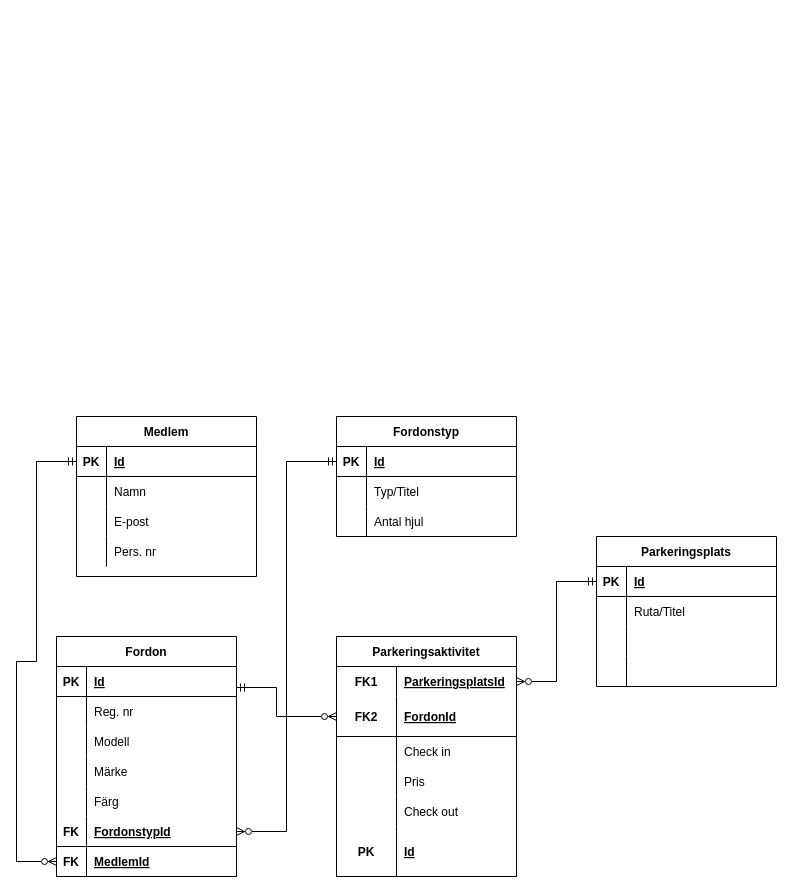
This is page "Page-4" (4 of 4) of Garage3.0-Entities-Diagram.drawio from filipjohnsson1989/Garage3.0, a draw.io file, before an edit. Source tidied: cells renumbered, new cells numbered last; positions are measured from the earlier drawing's top-left corner, leaving out a move shared by most shapes. Both pictures are drawn from the tidied source at 100%, with x=0, y=0 at pixel (16, 416).
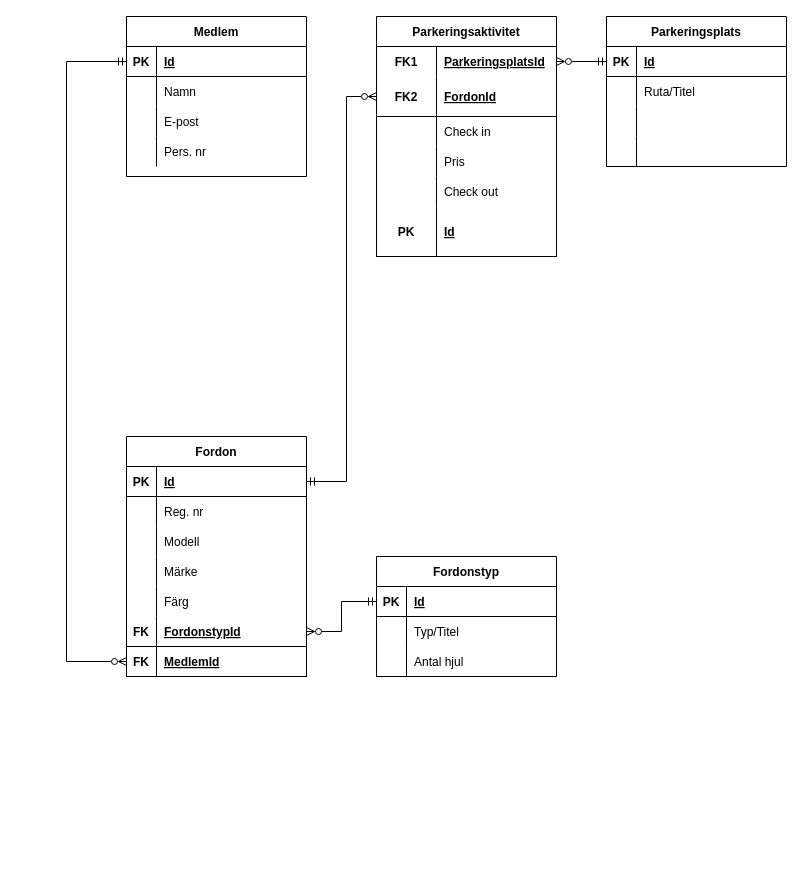
The same diagram, later.

Commit message:
Flyttat så inte pilarna korsas

Unchanged cells that the change refers to:
```xml
<mxCell id="3" style="shape=tableRow;horizontal=0;startSize=0;swimlaneHead=0;swimlaneBody=0;fillColor=none;points=[[0,0.5],[1,0.5]];portConstraint=eastwest;top=0;left=0;right=0;bottom=1;" parent="2" vertex="1">
  <mxGeometry y="30" width="180" height="30" as="geometry" />
</mxCell>
<mxCell id="39" style="shape=tableRow;horizontal=0;startSize=0;swimlaneHead=0;swimlaneBody=0;fillColor=none;points=[[0,0.5],[1,0.5]];portConstraint=eastwest;top=0;left=0;right=0;bottom=1;" parent="38" vertex="1">
  <mxGeometry y="30" width="180" height="30" as="geometry" />
</mxCell>
<mxCell id="57" style="shape=tableRow;horizontal=0;startSize=0;swimlaneHead=0;swimlaneBody=0;fillColor=none;points=[[0,0.5],[1,0.5]];portConstraint=eastwest;top=0;left=0;right=0;bottom=1;" parent="38" vertex="1">
  <mxGeometry y="210" width="180" height="30" as="geometry" />
</mxCell>
<mxCell id="69" style="shape=tableRow;horizontal=0;startSize=0;swimlaneHead=0;swimlaneBody=0;fillColor=none;points=[[0,0.5],[1,0.5]];portConstraint=eastwest;top=0;left=0;right=0;bottom=1;" parent="65" vertex="1">
  <mxGeometry y="60" width="180" height="40" as="geometry" />
</mxCell>
```

The edit, as a diff of the source:
```diff
@@
     <mxCell id="2" value="Medlem" style="shape=table;startSize=30;childLayout=tableLayout;rowLines=0;fontStyle=1;align=center;" parent="1" vertex="1">
-      <mxGeometry x="60" width="180" height="160" as="geometry" />
+      <mxGeometry x="110" y="-400" width="180" height="160" as="geometry" />
     </mxCell>
@@
     <mxCell id="15" value="Fordonstyp" style="shape=table;startSize=30;childLayout=tableLayout;rowLines=0;fontStyle=1;align=center;" parent="1" vertex="1">
-      <mxGeometry x="320" width="180" height="120" as="geometry" />
+      <mxGeometry x="360" y="140" width="180" height="120" as="geometry" />
     </mxCell>
@@
     <mxCell id="25" value="Parkeringsplats" style="shape=table;startSize=30;childLayout=tableLayout;rowLines=0;fontStyle=1;align=center;" parent="1" vertex="1">
-      <mxGeometry x="580" y="120" width="180" height="150" as="geometry" />
+      <mxGeometry x="590" y="-400" width="180" height="150" as="geometry" />
     </mxCell>
@@
     <mxCell id="38" value="Fordon" style="shape=table;startSize=30;childLayout=tableLayout;rowLines=0;fontStyle=1;align=center;" parent="1" vertex="1">
-      <mxGeometry x="40" y="220" width="180" height="240" as="geometry" />
+      <mxGeometry x="110" y="20" width="180" height="240" as="geometry" />
     </mxCell>
@@
     <mxCell id="65" value="Parkeringsaktivitet" style="shape=table;startSize=30;childLayout=tableLayout;rowLines=0;fontStyle=1;align=center;" parent="1" vertex="1">
-      <mxGeometry x="320" y="220" width="180" height="240" as="geometry" />
+      <mxGeometry x="360" y="-400" width="180" height="240" as="geometry" />
     </mxCell>
@@
-    <mxCell id="85" style="edgeStyle=orthogonalEdgeStyle;rounded=0;jettySize=auto;html=1;entryX=0;entryY=0.5;entryDx=0;entryDy=0;startArrow=ERzeroToMany;startFill=0;endArrow=ERmandOne;endFill=0;strokeColor=#000000;" parent="1" edge="1" source="57" target="3">
+    <mxCell id="85" style="edgeStyle=orthogonalEdgeStyle;rounded=0;jettySize=auto;html=1;entryX=0;entryY=0.5;entryDx=0;entryDy=0;startArrow=ERzeroToMany;startFill=0;endArrow=ERmandOne;endFill=0;strokeColor=#000000;exitX=0;exitY=0.5;exitDx=0;exitDy=0;" parent="1" edge="1" source="57" target="3">
       <mxGeometry relative="1" as="geometry">
         <Array as="points">
-          <mxPoint y="445" />
-          <mxPoint y="245" />
-          <mxPoint x="20" y="245" />
-          <mxPoint x="20" y="45" />
+          <mxPoint x="50" y="245" />
+          <mxPoint x="50" y="-355" />
         </Array>
       </mxGeometry>
     </mxCell>
@@
     <mxCell id="87" style="edgeStyle=orthogonalEdgeStyle;rounded=0;jettySize=auto;html=1;startArrow=ERzeroToMany;startFill=0;endArrow=ERmandOne;endFill=0;strokeColor=#000000;" parent="1" edge="1" source="69" target="39">
       <mxGeometry relative="1" as="geometry">
         <Array as="points">
-          <mxPoint x="260" y="300" />
-          <mxPoint x="260" y="271" />
+          <mxPoint x="330" y="-320" />
+          <mxPoint x="330" y="65" />
         </Array>
       </mxGeometry>
     </mxCell>
```
